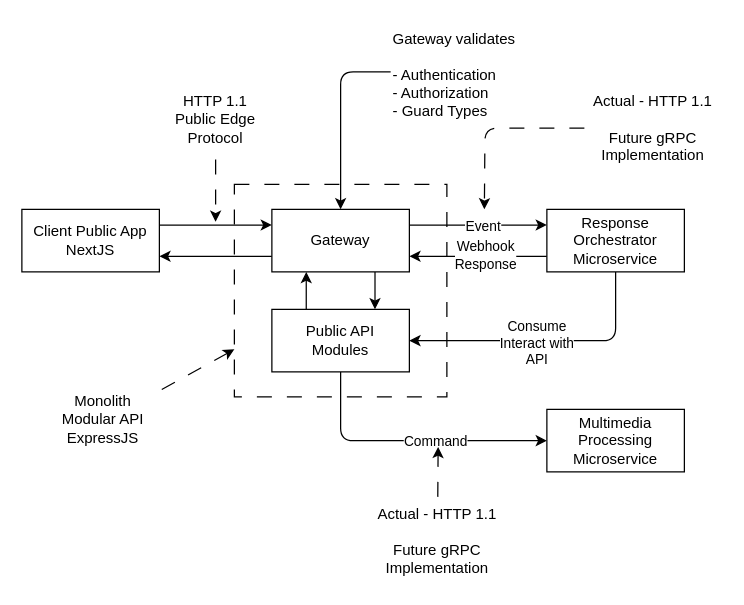
The draw.io diagram docs/system.architecture.drawio in yagomarinho/davna, before the edit. Source tidied: cells renumbered, new cells numbered last; positions are measured from the earlier drawing's top-left corner, leaving out a move shared by most shapes. Both pictures are drawn from the tidied source at 125%, with x=0, y=0 at pixel (21, 21).
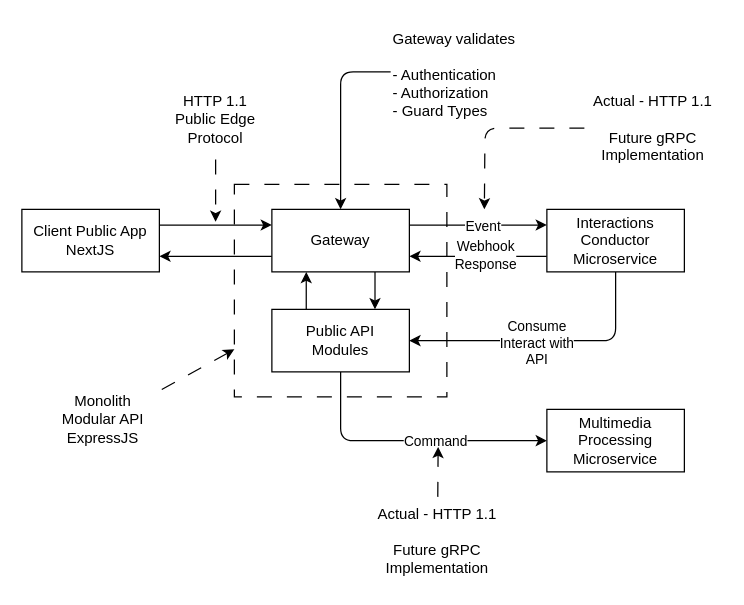
The same page after the edit.

Diff of the diagram source:
```diff
@@
-    <mxCell id="22" value="Response Orchestrator&lt;div&gt;Microservice&lt;/div&gt;" style="html=1;whiteSpace=wrap;" parent="1" vertex="1">
+    <mxCell id="22" value="Interactions Conductor&lt;div&gt;Microservice&lt;/div&gt;" style="html=1;whiteSpace=wrap;" parent="1" vertex="1">
       <mxGeometry x="420" y="150" width="110" height="50" as="geometry" />
     </mxCell>
```
